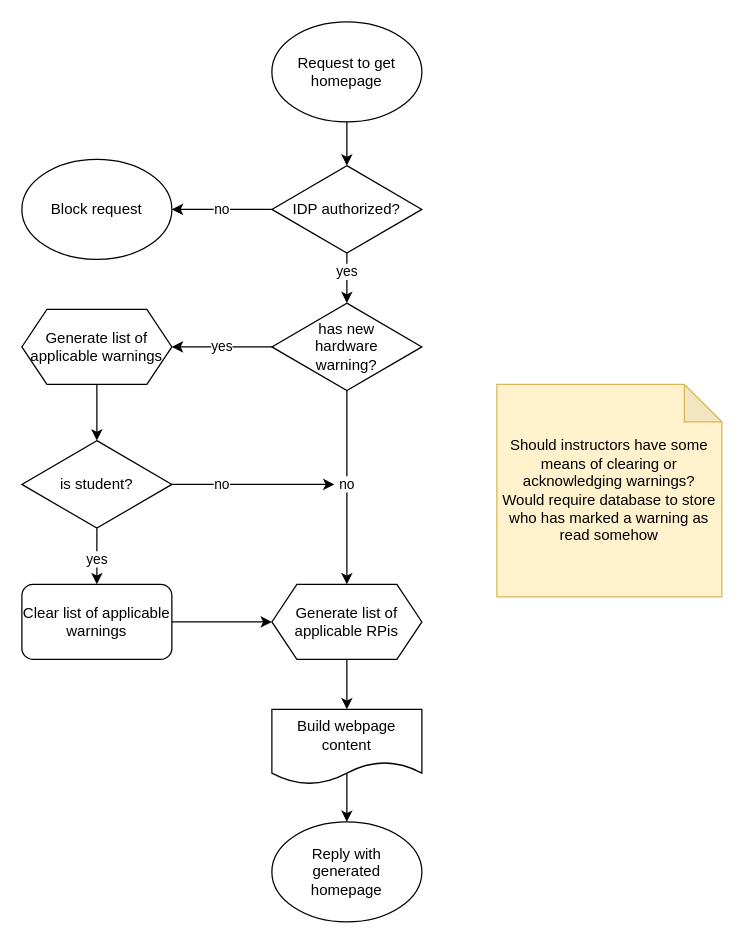
The draw.io diagram docs/diagrams/get-ip.drawio in B-McDonnell/autopi, before the edit. Source tidied: cells renumbered, new cells numbered last; positions are measured from the earlier drawing's top-left corner, leaving out a move shared by most shapes. Both pictures are drawn from the tidied source at 125%, with x=0, y=0 at pixel (21, 21).
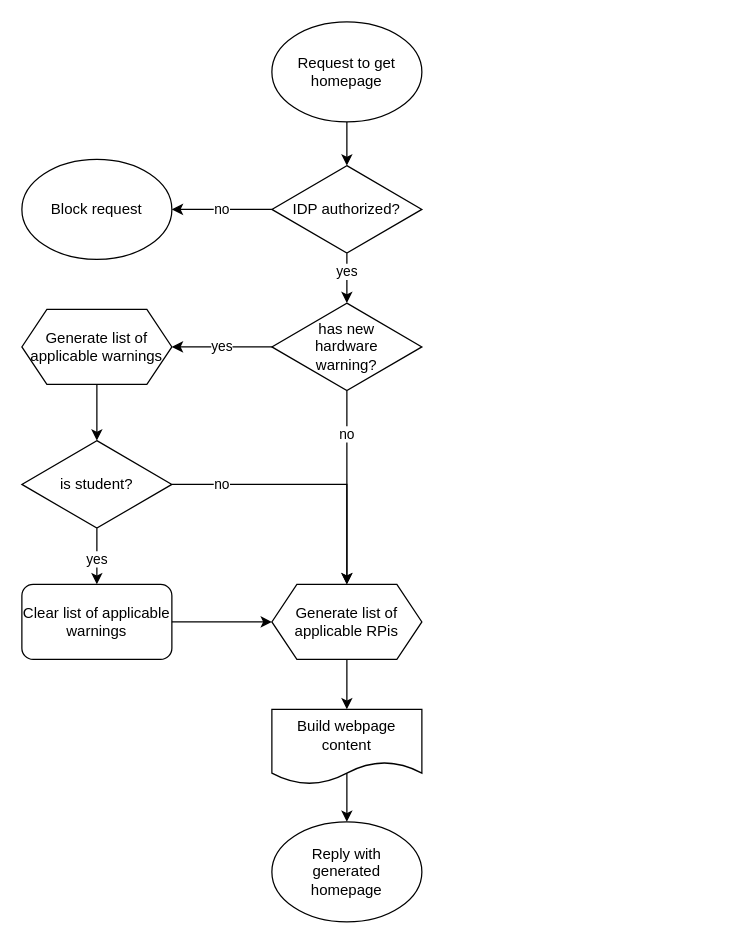
The same page after the edit.

The change refers to these unchanged cells:
```xml
<mxCell id="10" value="&lt;div&gt;has new&lt;/div&gt;&lt;div&gt;hardware&lt;/div&gt;&lt;div&gt;warning?&lt;/div&gt;" style="rhombus;whiteSpace=wrap;html=1;" parent="1" vertex="1">
  <mxGeometry x="200" y="225" width="120" height="70" as="geometry" />
</mxCell>
<mxCell id="13" value="is student?" style="rhombus;whiteSpace=wrap;html=1;" parent="1" vertex="1">
  <mxGeometry y="335" width="120" height="70" as="geometry" />
</mxCell>
<mxCell id="20" value="Generate list of applicable RPis" style="shape=hexagon;perimeter=hexagonPerimeter2;whiteSpace=wrap;html=1;fixedSize=1;" parent="1" vertex="1">
  <mxGeometry x="200" y="450" width="120" height="60" as="geometry" />
</mxCell>
```

Change to the diagram source:
```diff
@@
     <mxCell id="9" value="no" style="edgeStyle=orthogonalEdgeStyle;rounded=0;jettySize=auto;html=1;" parent="1" edge="1" source="10" target="20">
-      <mxGeometry x="-0.03" relative="1" as="geometry" />
+      <mxGeometry x="-0.55" relative="1" as="geometry" />
     </mxCell>
@@
-    <mxCell id="12" value="no" style="edgeStyle=orthogonalEdgeStyle;rounded=0;jettySize=auto;html=1;" parent="1" edge="1" source="13">
-      <mxGeometry x="-0.38" relative="1" as="geometry">
-        <mxPoint x="250" y="370" as="targetPoint" />
-      </mxGeometry>
+    <mxCell id="12" value="no" style="edgeStyle=orthogonalEdgeStyle;rounded=0;jettySize=auto;html=1;entryX=0.5;entryY=0;entryDx=0;entryDy=0;" parent="1" edge="1" source="13" target="20">
+      <mxGeometry x="-0.64" relative="1" as="geometry" />
     </mxCell>
@@
-    <mxCell id="23" value="&lt;div&gt;Should instructors have some means of clearing or acknowledging warnings?&lt;/div&gt;&lt;div&gt;Would require database to store who has marked a warning as read somehow&lt;br&gt;&lt;/div&gt;" style="shape=note;whiteSpace=wrap;html=1;backgroundOutline=1;darkOpacity=0.05;fillColor=#fff2cc;strokeColor=#d6b656;" parent="1" vertex="1">
-      <mxGeometry x="380" y="290" width="180" height="170" as="geometry" />
-    </mxCell>
```
